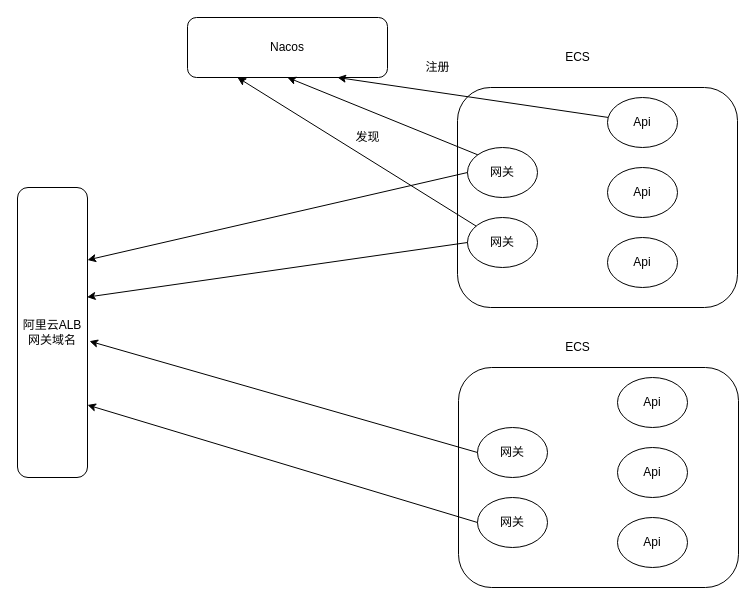
hao15239129517/drawio keeps this draw.io diagram as Project/服务注册与发现.drawio. Above is the earlier version. Source tidied: cells renumbered, new cells numbered last; positions are measured from the earlier drawing's top-left corner, leaving out a move shared by most shapes. Both pictures are drawn from the tidied source at 100%, with x=0, y=0 at pixel (17, 17).
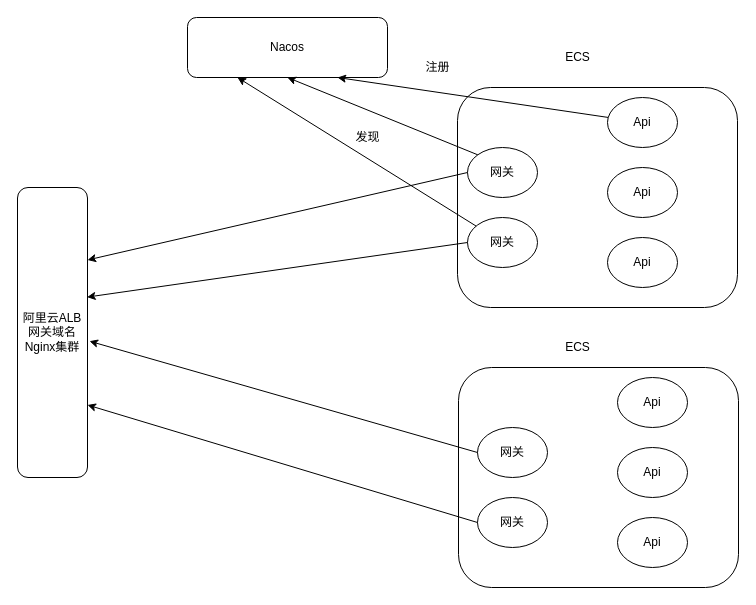
The same page after the edit.

Diff of the diagram source:
```diff
@@
-    <mxCell id="2" value="阿里云ALB&lt;br&gt;网关域名" style="rounded=1;whiteSpace=wrap;html=1;" parent="1" vertex="1">
+    <mxCell id="2" value="阿里云ALB&lt;br&gt;网关域名&lt;br&gt;Nginx集群" style="rounded=1;whiteSpace=wrap;html=1;" parent="1" vertex="1">
       <mxGeometry y="170" width="70" height="290" as="geometry" />
     </mxCell>
```
